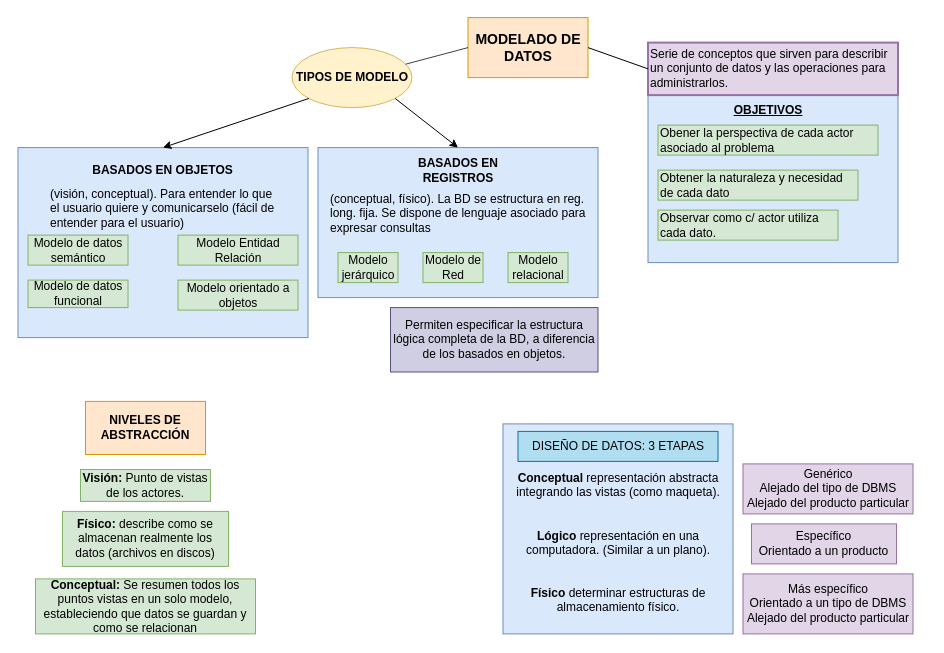
Above: page "Modelos de datos" (2 of 8) of Diagrama-resumen.drawio in senras/DBD (draw.io), before the change. Source tidied: cells renumbered, new cells numbered last; positions are measured from the earlier drawing's top-left corner, leaving out a move shared by most shapes. Both pictures are drawn from the tidied source at 100%, with x=0, y=0 at pixel (17, 17).
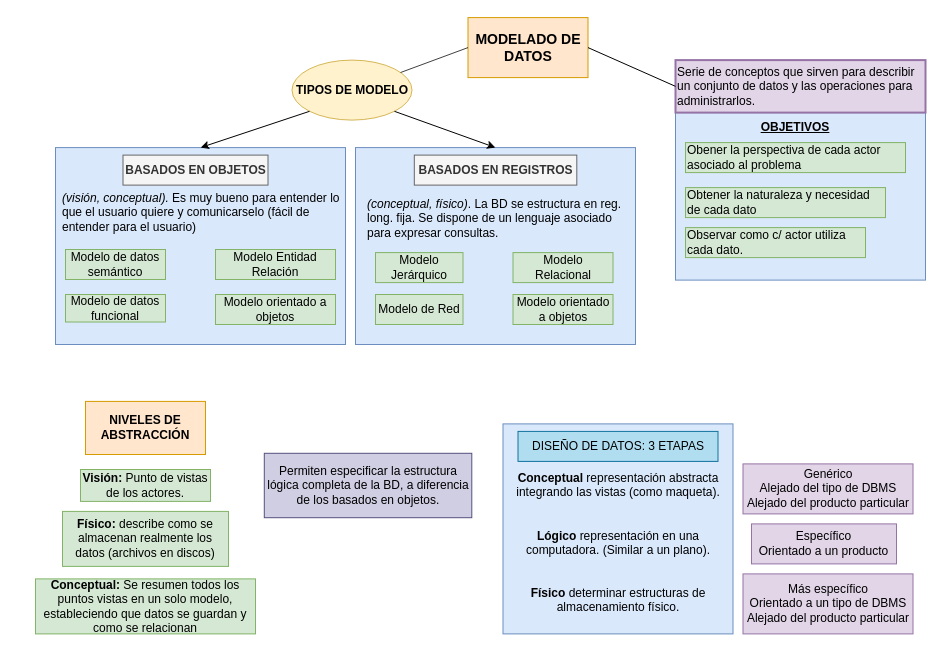
After the change.

Change to the diagram source:
```diff
@@
     <mxCell id="2" style="rounded=0;whiteSpace=wrap;html=1;fillColor=#dae8fc;strokeColor=#6c8ebf;" parent="1" vertex="1">
-      <mxGeometry x="630.5" y="77.6" width="250" height="167.5" as="geometry" />
+      <mxGeometry x="658" y="95.1" width="250" height="167.5" as="geometry" />
     </mxCell>
     <mxCell id="3" style="rounded=0;whiteSpace=wrap;html=1;fillColor=#dae8fc;strokeColor=#6c8ebf;" parent="1" vertex="1">
-      <mxGeometry x="300.5" y="130.1" width="280" height="150" as="geometry" />
+      <mxGeometry x="338" y="130.1" width="280" height="196.9" as="geometry" />
     </mxCell>
     <mxCell id="4" style="rounded=0;whiteSpace=wrap;html=1;fillColor=#dae8fc;strokeColor=#6c8ebf;" parent="1" vertex="1">
-      <mxGeometry x="0.5" y="130.1" width="290" height="190" as="geometry" />
+      <mxGeometry x="38" y="130.1" width="290" height="196.9" as="geometry" />
     </mxCell>
@@
     <mxCell id="10" value="Serie de conceptos que sirven para describir un conjunto de datos y las operaciones para administrarlos." style="text;html=1;strokeColor=#9673a6;fillColor=#e1d5e7;align=left;verticalAlign=middle;whiteSpace=wrap;rounded=0;strokeWidth=2;" parent="1" vertex="1">
-      <mxGeometry x="630.5" y="25.1" width="250" height="52.5" as="geometry" />
+      <mxGeometry x="658" y="42.6" width="250" height="52.5" as="geometry" />
     </mxCell>
@@
     <mxCell id="12" value="TIPOS DE MODELO" style="ellipse;whiteSpace=wrap;html=1;fillColor=#fff2cc;strokeColor=#d6b656;fontStyle=1;" parent="1" vertex="1">
-      <mxGeometry x="274.5" y="30.1" width="120" height="60" as="geometry" />
+      <mxGeometry x="274.5" y="42.6" width="120" height="60" as="geometry" />
     </mxCell>
@@
-    <mxCell id="14" value="&lt;b&gt;BASADOS EN OBJETOS&lt;/b&gt;" style="text;html=1;strokeColor=none;fillColor=none;align=center;verticalAlign=middle;whiteSpace=wrap;rounded=0;" parent="1" vertex="1">
-      <mxGeometry x="73" y="137.6" width="145" height="30" as="geometry" />
+    <mxCell id="14" value="&lt;b&gt;BASADOS EN OBJETOS&lt;/b&gt;" style="text;html=1;strokeColor=#666666;fillColor=#f5f5f5;align=center;verticalAlign=middle;whiteSpace=wrap;rounded=0;fontColor=#333333;" parent="1" vertex="1">
+      <mxGeometry x="105.5" y="137.6" width="145" height="30" as="geometry" />
     </mxCell>
     <mxCell id="15" value="Modelo de datos funcional" style="text;html=1;strokeColor=#82b366;fillColor=#d5e8d4;align=center;verticalAlign=middle;whiteSpace=wrap;rounded=0;" parent="1" vertex="1">
-      <mxGeometry x="10.5" y="262.6" width="100" height="27.5" as="geometry" />
+      <mxGeometry x="48" y="277" width="100" height="27.5" as="geometry" />
     </mxCell>
     <mxCell id="16" value="Modelo de datos semántico" style="text;html=1;strokeColor=#82b366;fillColor=#d5e8d4;align=center;verticalAlign=middle;whiteSpace=wrap;rounded=0;" parent="1" vertex="1">
-      <mxGeometry x="10.5" y="217.6" width="100" height="30" as="geometry" />
+      <mxGeometry x="48" y="232" width="100" height="30" as="geometry" />
     </mxCell>
     <mxCell id="17" value="Modelo orientado a objetos" style="text;html=1;strokeColor=#82b366;fillColor=#d5e8d4;align=center;verticalAlign=middle;whiteSpace=wrap;rounded=0;" parent="1" vertex="1">
-      <mxGeometry x="160.5" y="262.6" width="120" height="30" as="geometry" />
+      <mxGeometry x="198" y="277" width="120" height="30" as="geometry" />
     </mxCell>
     <mxCell id="18" value="Modelo Entidad Relación" style="text;html=1;strokeColor=#82b366;fillColor=#d5e8d4;align=center;verticalAlign=middle;whiteSpace=wrap;rounded=0;" parent="1" vertex="1">
-      <mxGeometry x="160.5" y="217.6" width="120" height="30" as="geometry" />
+      <mxGeometry x="198" y="232" width="120" height="30" as="geometry" />
     </mxCell>
-    <mxCell id="19" value="&lt;b&gt;BASADOS EN REGISTROS&lt;/b&gt;" style="text;html=1;strokeColor=none;fillColor=none;align=center;verticalAlign=middle;whiteSpace=wrap;rounded=0;" parent="1" vertex="1">
-      <mxGeometry x="395.5" y="137.6" width="90" height="30" as="geometry" />
+    <mxCell id="19" value="&lt;b&gt;BASADOS EN REGISTROS&lt;/b&gt;" style="text;html=1;align=center;verticalAlign=middle;whiteSpace=wrap;rounded=0;fillColor=#f5f5f5;fontColor=#333333;strokeColor=#666666;" parent="1" vertex="1">
+      <mxGeometry x="396.8" y="137.6" width="162.5" height="30" as="geometry" />
     </mxCell>
     <mxCell id="20" value="Permiten especificar la estructura lógica completa de la BD, a diferencia de los basados en objetos." style="text;html=1;strokeColor=#56517e;fillColor=#d0cee2;align=center;verticalAlign=middle;whiteSpace=wrap;rounded=0;" parent="1" vertex="1">
-      <mxGeometry x="373" y="290.1" width="207.5" height="64.4" as="geometry" />
+      <mxGeometry x="246.8" y="435.8" width="207.5" height="64.4" as="geometry" />
     </mxCell>
-    <mxCell id="21" value="Modelo relacional" style="text;html=1;strokeColor=#82b366;fillColor=#d5e8d4;align=center;verticalAlign=middle;whiteSpace=wrap;rounded=0;" parent="1" vertex="1">
-      <mxGeometry x="490.5" y="235.1" width="60" height="30" as="geometry" />
+    <mxCell id="21" value="Modelo Relacional" style="text;html=1;strokeColor=#82b366;fillColor=#d5e8d4;align=center;verticalAlign=middle;whiteSpace=wrap;rounded=0;" parent="1" vertex="1">
+      <mxGeometry x="495.5" y="235.1" width="100" height="30" as="geometry" />
     </mxCell>
-    <mxCell id="22" value="Modelo jerárquico" style="text;html=1;strokeColor=#82b366;fillColor=#d5e8d4;align=center;verticalAlign=middle;whiteSpace=wrap;rounded=0;" parent="1" vertex="1">
-      <mxGeometry x="320.5" y="235.1" width="60" height="30" as="geometry" />
+    <mxCell id="22" value="Modelo Jerárquico" style="text;html=1;strokeColor=#82b366;fillColor=#d5e8d4;align=center;verticalAlign=middle;whiteSpace=wrap;rounded=0;" parent="1" vertex="1">
+      <mxGeometry x="358" y="235.1" width="87.5" height="30" as="geometry" />
     </mxCell>
     <mxCell id="23" value="Modelo de Red" style="text;html=1;strokeColor=#82b366;fillColor=#d5e8d4;align=center;verticalAlign=middle;whiteSpace=wrap;rounded=0;" parent="1" vertex="1">
-      <mxGeometry x="405.5" y="235.1" width="60" height="30" as="geometry" />
+      <mxGeometry x="358" y="277" width="87.5" height="30" as="geometry" />
     </mxCell>
@@
-    <mxCell id="25" style="edgeStyle=orthogonalEdgeStyle;rounded=0;sketch=0;jumpSize=10;orthogonalLoop=1;jettySize=auto;html=1;exitX=0.5;exitY=1;exitDx=0;exitDy=0;shadow=0;endArrow=none;endFill=0;startSize=10;endSize=10;strokeColor=default;strokeWidth=1;opacity=75;" parent="1" edge="1" source="19" target="19">
-      <mxGeometry relative="1" as="geometry" />
-    </mxCell>
     <mxCell id="26" value="Obtener la naturaleza y necesidad de cada dato" style="text;html=1;strokeColor=#82b366;fillColor=#d5e8d4;align=left;verticalAlign=middle;whiteSpace=wrap;rounded=0;" parent="1" vertex="1">
-      <mxGeometry x="640.5" y="152.6" width="200" height="30" as="geometry" />
+      <mxGeometry x="668" y="170.1" width="200" height="30" as="geometry" />
     </mxCell>
     <mxCell id="27" value="Obener la perspectiva de cada actor asociado al problema" style="text;html=1;strokeColor=#82b366;fillColor=#d5e8d4;align=left;verticalAlign=middle;whiteSpace=wrap;rounded=0;" parent="1" vertex="1">
-      <mxGeometry x="640.5" y="107.6" width="220" height="30" as="geometry" />
+      <mxGeometry x="668" y="125.1" width="220" height="30" as="geometry" />
     </mxCell>
     <mxCell id="28" value="Observar como c/ actor utiliza cada dato." style="text;html=1;strokeColor=#82b366;fillColor=#d5e8d4;align=left;verticalAlign=middle;whiteSpace=wrap;rounded=0;" parent="1" vertex="1">
-      <mxGeometry x="640.5" y="192.6" width="180" height="30" as="geometry" />
+      <mxGeometry x="668" y="210.1" width="180" height="30" as="geometry" />
     </mxCell>
     <mxCell id="29" value="&lt;b&gt;OBJETIVOS&lt;/b&gt;" style="text;html=1;strokeColor=none;fillColor=none;align=center;verticalAlign=middle;whiteSpace=wrap;rounded=0;fontStyle=4;" parent="1" vertex="1">
-      <mxGeometry x="710.5" y="77.6" width="80" height="30" as="geometry" />
+      <mxGeometry x="738" y="95.1" width="80" height="30" as="geometry" />
     </mxCell>
@@
-    <mxCell id="33" value="(visión, conceptual). Para entender lo que el usuario quiere y comunicarselo (fácil de entender para el usuario)" style="text;whiteSpace=wrap;html=1;" parent="1" vertex="1">
-      <mxGeometry x="30.5" y="162.6" width="230" height="47.5" as="geometry" />
+    <mxCell id="33" value="&lt;i&gt;(visión, conceptual).&lt;/i&gt; Es muy bueno para entender lo que el usuario quiere y comunicarselo (fácil de entender para el usuario)" style="text;whiteSpace=wrap;html=1;" parent="1" vertex="1">
+      <mxGeometry x="43" y="167" width="280" height="48.1" as="geometry" />
     </mxCell>
-    <mxCell id="34" value="(conceptual, físico). La BD se estructura en reg. long. fija. Se dispone de lenguaje asociado para expresar consultas" style="text;whiteSpace=wrap;html=1;" parent="1" vertex="1">
-      <mxGeometry x="310.5" y="167.6" width="260" height="50" as="geometry" />
+    <mxCell id="34" value="&lt;i&gt;(conceptual, físico)&lt;/i&gt;. La BD se estructura en reg. long. fija. Se dispone de un lenguaje asociado para expresar consultas." style="text;whiteSpace=wrap;html=1;" parent="1" vertex="1">
+      <mxGeometry x="348" y="172.6" width="260" height="50" as="geometry" />
     </mxCell>
@@
+    <mxCell id="39" value="Modelo orientado a objetos" style="text;html=1;strokeColor=#82b366;fillColor=#d5e8d4;align=center;verticalAlign=middle;whiteSpace=wrap;rounded=0;" parent="1" vertex="1">
+      <mxGeometry x="495.5" y="277" width="100" height="30" as="geometry" />
+    </mxCell>
```
